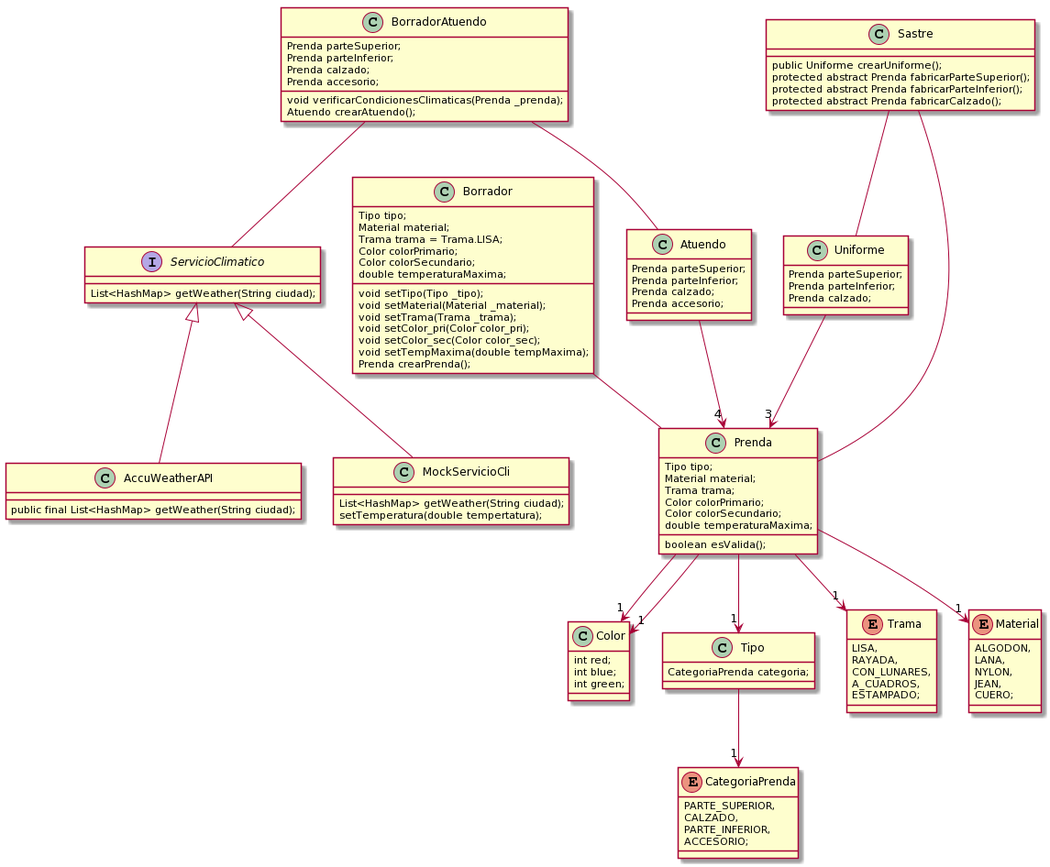
Earlier version of the PlantUML export DC.png (maurolaurenzi/Ejercicios-DDS). Source of this version:
```plantuml
@startuml
class Prenda {
	Tipo tipo;
	Material material;
	Trama trama;
	Color colorPrimario;
	Color colorSecundario;
	double temperaturaMaxima;
        boolean esValida();
}
Prenda --> "1" Color
Prenda --> "1" Color
class Color {
	int red;
        int blue;
        int green;
}
Prenda --> "1" Tipo
class Tipo {
	CategoriaPrenda categoria;
}
Tipo --> "1" CategoriaPrenda
enum CategoriaPrenda {
        PARTE_SUPERIOR,
        CALZADO,
        PARTE_INFERIOR,
        ACCESORIO;
}
Prenda --> "1" Trama
enum Trama {
	LISA,
	RAYADA,
	CON_LUNARES,
	A_CUADROS,
	ESTAMPADO;
}
Prenda --> "1" Material
enum Material {
        ALGODON,
        LANA,
        NYLON,
        JEAN,
        CUERO;
}
Borrador -- Prenda
class Borrador {
        Tipo tipo;
	Material material;
	Trama trama = Trama.LISA;
	Color colorPrimario;
	Color colorSecundario;
	double temperaturaMaxima;

	void setTipo(Tipo _tipo);
	void setMaterial(Material _material);
	void setTrama(Trama _trama);
	void setColor_pri(Color color_pri);
	void setColor_sec(Color color_sec);
	void setTempMaxima(double tempMaxima);
	Prenda crearPrenda();
}
Atuendo --> "4" Prenda
class Atuendo {
        Prenda parteSuperior;
	Prenda parteInferior;
	Prenda calzado;
	Prenda accesorio;
}
Uniforme --> "3" Prenda
class Uniforme {
        Prenda parteSuperior;
	Prenda parteInferior;
	Prenda calzado;
}
Sastre -- Uniforme
Sastre -- Prenda
class Sastre {
        public Uniforme crearUniforme();
	protected abstract Prenda fabricarParteSuperior();
	protected abstract Prenda fabricarParteInferior();
	protected abstract Prenda fabricarCalzado();
}
BorradorAtuendo -- ServicioClimatico
interface ServicioClimatico{
        List<HashMap> getWeather(String ciudad);
}
ServicioClimatico <|-- AccuWeatherAPI
class AccuWeatherAPI{
        public final List<HashMap> getWeather(String ciudad);
}
ServicioClimatico <|-- MockServicioCli
class MockServicioCli{
       List<HashMap> getWeather(String ciudad);
       setTemperatura(double tempertatura);
}
BorradorAtuendo -- Atuendo
class BorradorAtuendo{
       Prenda parteSuperior;
       Prenda parteInferior;
       Prenda calzado;
       Prenda accesorio;
       void verificarCondicionesClimaticas(Prenda _prenda);
       Atuendo crearAtuendo();
}
@enduml
```
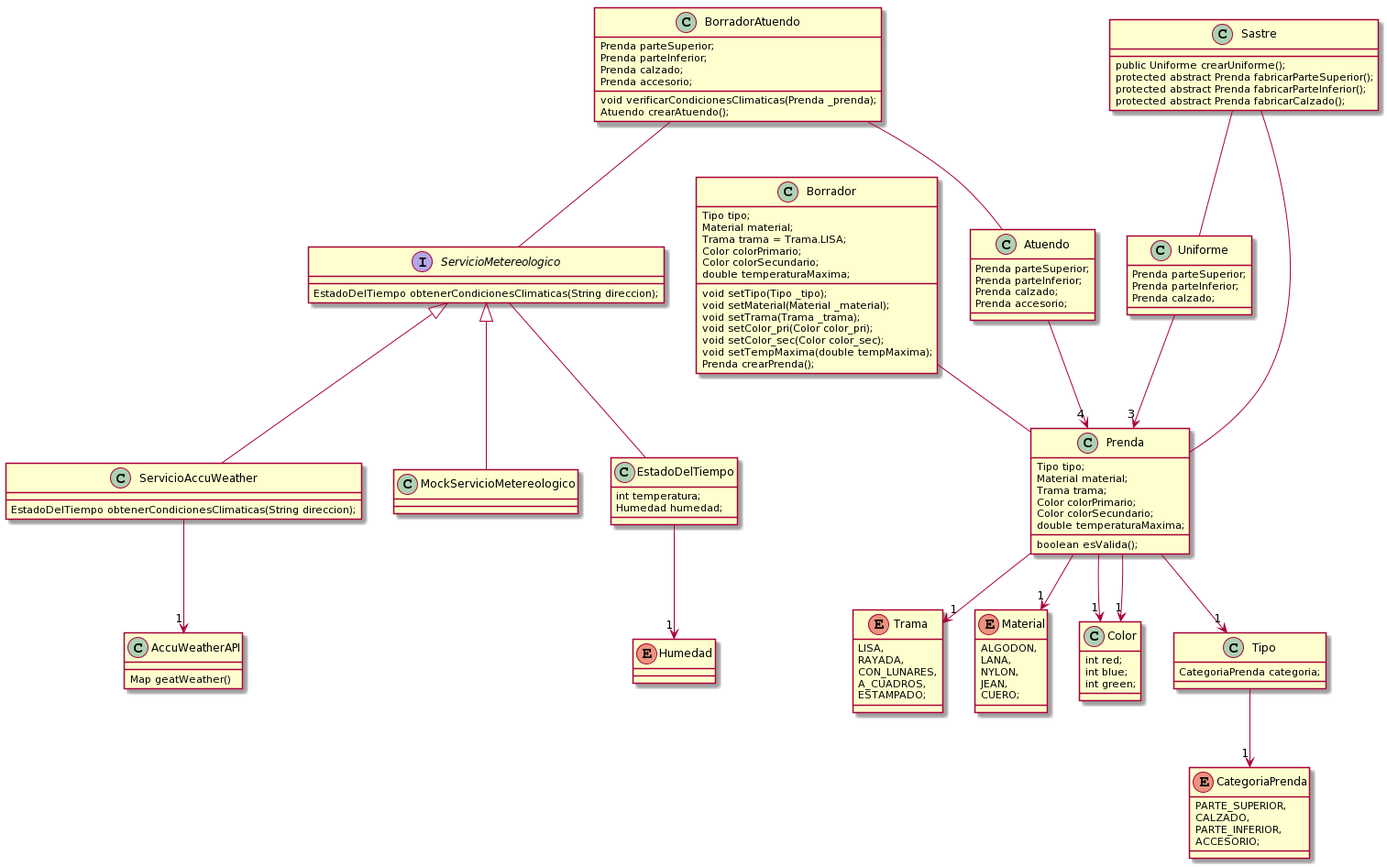
After the commit.

Commit message:
Actualizo DC de entrega 4

Diff of the diagram source:
```diff
@@ -80,19 +80,28 @@
 	protected abstract Prenda fabricarParteInferior();
 	protected abstract Prenda fabricarCalzado();
 }
-BorradorAtuendo -- ServicioClimatico
-interface ServicioClimatico{
-        List<HashMap> getWeather(String ciudad);
+BorradorAtuendo -- ServicioMetereologico
+interface ServicioMetereologico{
+        EstadoDelTiempo obtenerCondicionesClimaticas(String direccion);
 }
-ServicioClimatico <|-- AccuWeatherAPI
+ServicioMetereologico <|-- ServicioAccuWeather
+class ServicioAccuWeather{
+        EstadoDelTiempo obtenerCondicionesClimaticas(String direccion);
+}
+ServicioAccuWeather --> "1" AccuWeatherAPI
 class AccuWeatherAPI{
-        public final List<HashMap> getWeather(String ciudad);
+        Map geatWeather()
 }
-ServicioClimatico <|-- MockServicioCli
-class MockServicioCli{
-       List<HashMap> getWeather(String ciudad);
-       setTemperatura(double tempertatura);
+ServicioMetereologico <|-- MockServicioMetereologico
+class MockServicioMetereologico{
 }
+ServicioMetereologico -- EstadoDelTiempo
+class EstadoDelTiempo{
+int temperatura;
+Humedad humedad;
+}
+EstadoDelTiempo --> "1" Humedad
+enum Humedad{}
 BorradorAtuendo -- Atuendo
 class BorradorAtuendo{
        Prenda parteSuperior;
```
